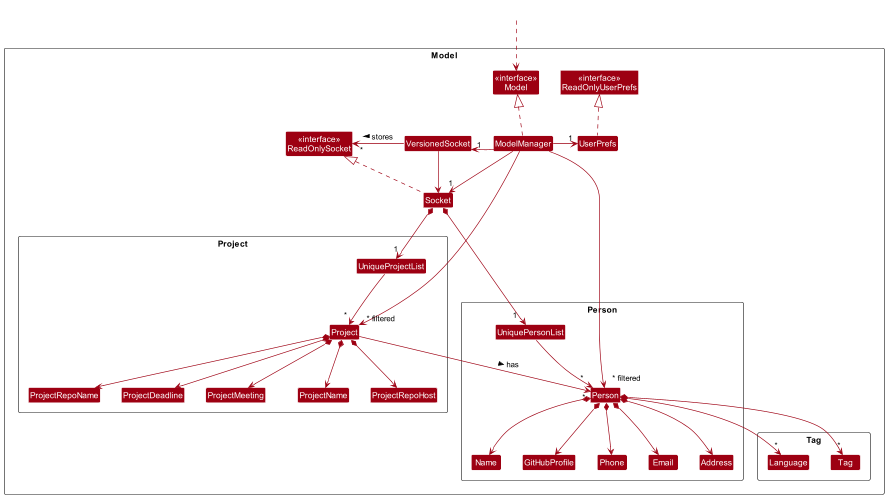
nus-cs2103-AY2223S2/tp keeps this PlantUML diagram as docs/images/ModelClassDiagram.png. Above is the earlier version.
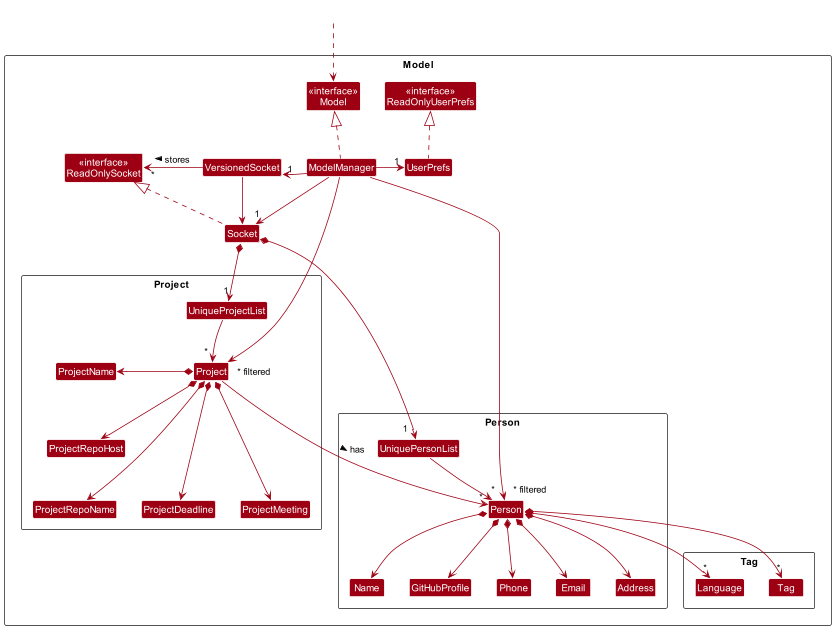
Above is the later version.

Commit message:
Update DG * fix some issues with formatting * update ModelClassDiagram to be more visible

Diff of the diagram source:
```diff
@@ -56,7 +56,7 @@
 VersionedSocket --> " *   " ReadOnlySocket : \n \n \n stores >
 
 ModelManager --> " * filtered" Person
-ModelManager --> " * filtered" Project
+ModelManager --> " * filtered \n \n \n" Project
 
 Socket *--> "1  " UniquePersonList
 UniquePersonList --> " * " Person
@@ -71,21 +71,20 @@
 Name -[hidden]right-> GitHubProfile
 GitHubProfile -[hidden]right-> Phone
 Phone -[hidden]right-> Email
-Address -[hidden]right-> Language
 Tag -[hidden]left-> Language
 
 Socket *--> "1" UniqueProjectList
 UniqueProjectList --> " * " Project
-Project *--> ProjectName
-Project *--> ProjectRepoHost
-Project *--> ProjectRepoName
-Project *--> ProjectDeadline
-Project *--> ProjectMeeting
-Project -->"*" Person : has >
+Project *-left> ProjectName
+Project *-down-> ProjectRepoHost
+Project *---> ProjectRepoName
+Project *---> ProjectDeadline
+Project *---> ProjectMeeting
+Project --->"*" Person : has >
 
-ProjectRepoHost -[hidden]right-> ProjectRepoName
-ProjectRepoName -[hidden]right-> ProjectDeadline
-ProjectMeeting -[hidden]left-> ProjectMeeting
-
+ProjectName -[hidden]down> ProjectRepoHost
+ProjectName -[hidden]down> ProjectRepoHost
+ProjectRepoHost -[hidden]down> ProjectRepoName
+ProjectRepoHost -[hidden]down> ProjectRepoName
 ProjectRepoName -[hidden]right-> Name
 @enduml
```
